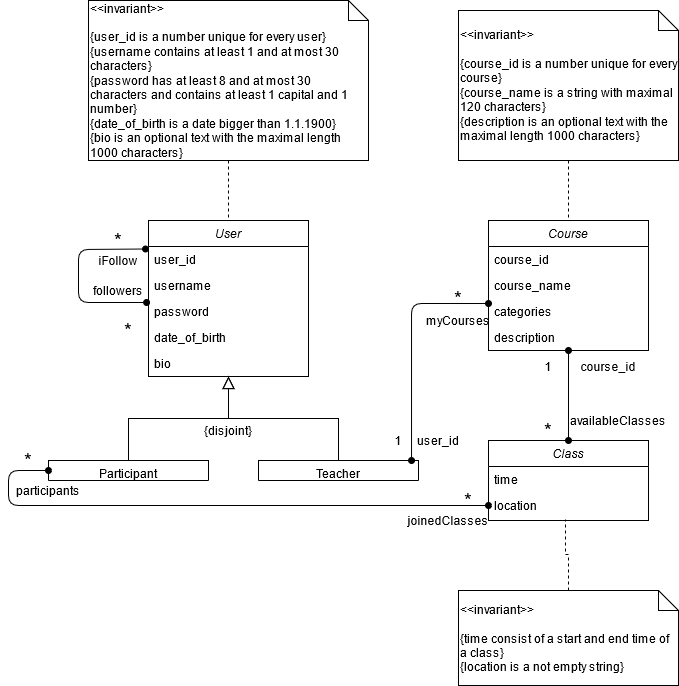
Before: domain_model_diagram.png, a diagram exported from draw.io (tiadal/freeopengym.com). Source tidied: cells renumbered, new cells last; positions are measured from the earlier drawing's top-left corner, leaving out a move shared by most shapes.
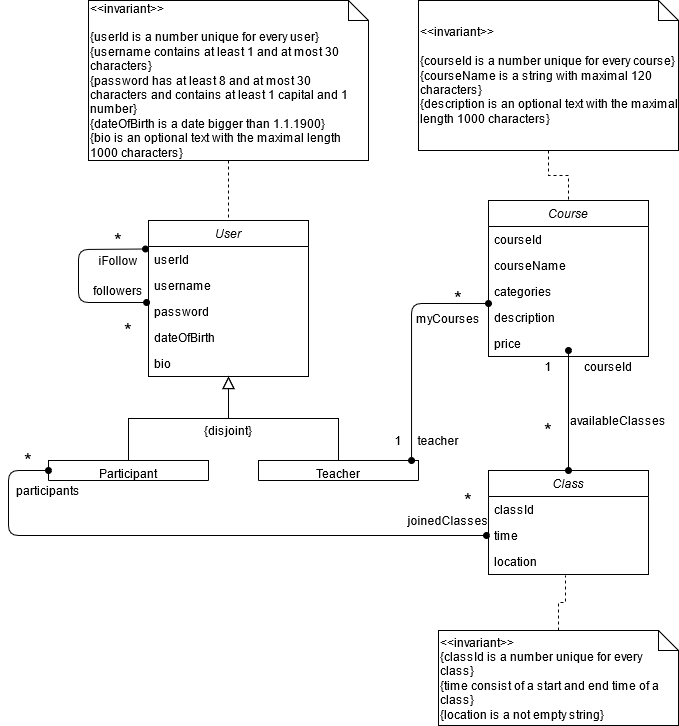
The same diagram one commit later.

Commit message:
Updated png without a transparent background

The edit, as a diff of the source:
```diff
@@ -5,7 +5,7 @@
     <mxCell id="2" value="User" style="swimlane;fontStyle=2;align=center;verticalAlign=top;horizontal=1;startSize=26;rounded=0;shadow=0;strokeWidth=1;" parent="1" vertex="1">
       <mxGeometry x="140" y="220" width="160" height="156" as="geometry" />
     </mxCell>
-    <mxCell id="3" value="user_id" style="text;align=left;verticalAlign=top;spacingLeft=4;spacingRight=4;overflow=hidden;" parent="2" vertex="1">
+    <mxCell id="3" value="userId" style="text;align=left;verticalAlign=top;spacingLeft=4;spacingRight=4;overflow=hidden;" parent="2" vertex="1">
       <mxGeometry y="26" width="160" height="26" as="geometry" />
     </mxCell>
     <mxCell id="4" value="username" style="text;align=left;verticalAlign=top;spacingLeft=4;spacingRight=4;overflow=hidden;rounded=0;shadow=0;html=0;" parent="2" vertex="1">
@@ -14,7 +14,7 @@
     <mxCell id="5" value="password" style="text;align=left;verticalAlign=top;spacingLeft=4;spacingRight=4;overflow=hidden;points=[[0,0.5],[1,0.5]];portConstraint=eastwest;rounded=0;shadow=0;html=0;" parent="2" vertex="1">
       <mxGeometry y="78" width="160" height="26" as="geometry" />
     </mxCell>
-    <mxCell id="6" value="date_of_birth" style="text;align=left;verticalAlign=top;spacingLeft=4;spacingRight=4;overflow=hidden;rounded=0;shadow=0;html=0;" parent="2" vertex="1">
+    <mxCell id="6" value="dateOfBirth" style="text;align=left;verticalAlign=top;spacingLeft=4;spacingRight=4;overflow=hidden;rounded=0;shadow=0;html=0;" parent="2" vertex="1">
       <mxGeometry y="104" width="160" height="26" as="geometry" />
     </mxCell>
     <mxCell id="7" value="bio" style="text;align=left;verticalAlign=top;spacingLeft=4;spacingRight=4;overflow=hidden;rounded=0;shadow=0;html=0;" parent="2" vertex="1">
@@ -42,12 +42,12 @@
       <mxGeometry relative="1" as="geometry" />
     </mxCell>
     <mxCell id="13" value="Course" style="swimlane;fontStyle=2;align=center;verticalAlign=top;horizontal=1;startSize=26;rounded=0;shadow=0;strokeWidth=1;" parent="1" vertex="1">
-      <mxGeometry x="480" y="220" width="160" height="130" as="geometry" />
+      <mxGeometry x="480" y="200" width="160" height="156" as="geometry" />
     </mxCell>
-    <mxCell id="14" value="course_id" style="text;align=left;verticalAlign=top;spacingLeft=4;spacingRight=4;overflow=hidden;rounded=0;shadow=0;html=0;" parent="13" vertex="1">
+    <mxCell id="14" value="courseId" style="text;align=left;verticalAlign=top;spacingLeft=4;spacingRight=4;overflow=hidden;rounded=0;shadow=0;html=0;" parent="13" vertex="1">
       <mxGeometry y="26" width="160" height="26" as="geometry" />
     </mxCell>
-    <mxCell id="15" value="course_name" style="text;align=left;verticalAlign=top;spacingLeft=4;spacingRight=4;overflow=hidden;rounded=0;shadow=0;html=0;" parent="13" vertex="1">
+    <mxCell id="15" value="courseName" style="text;align=left;verticalAlign=top;spacingLeft=4;spacingRight=4;overflow=hidden;rounded=0;shadow=0;html=0;" parent="13" vertex="1">
       <mxGeometry y="52" width="160" height="26" as="geometry" />
     </mxCell>
     <mxCell id="16" value="categories" style="text;align=left;verticalAlign=top;spacingLeft=4;spacingRight=4;overflow=hidden;rounded=0;shadow=0;html=0;" parent="13" vertex="1">
@@ -56,14 +56,20 @@
     <mxCell id="17" value="description" style="text;align=left;verticalAlign=top;spacingLeft=4;spacingRight=4;overflow=hidden;rounded=0;shadow=0;html=0;" parent="13" vertex="1">
       <mxGeometry y="104" width="160" height="26" as="geometry" />
     </mxCell>
+    <mxCell id="47" value="price" style="text;align=left;verticalAlign=top;spacingLeft=4;spacingRight=4;overflow=hidden;rounded=0;shadow=0;html=0;" parent="13" vertex="1">
+      <mxGeometry y="130" width="160" height="26" as="geometry" />
+    </mxCell>
     <mxCell id="18" value="Class" style="swimlane;fontStyle=2;align=center;verticalAlign=top;horizontal=1;startSize=26;rounded=0;shadow=0;strokeWidth=1;" parent="1" vertex="1">
-      <mxGeometry x="480" y="440" width="160" height="80" as="geometry" />
+      <mxGeometry x="480" y="470" width="160" height="104" as="geometry" />
     </mxCell>
-    <mxCell id="19" value="time" style="text;align=left;verticalAlign=top;spacingLeft=4;spacingRight=4;overflow=hidden;" parent="18" vertex="1">
+    <mxCell id="19" value="classId" style="text;align=left;verticalAlign=top;spacingLeft=4;spacingRight=4;overflow=hidden;" parent="18" vertex="1">
       <mxGeometry y="26" width="160" height="26" as="geometry" />
     </mxCell>
+    <mxCell id="48" value="time" style="text;align=left;verticalAlign=top;spacingLeft=4;spacingRight=4;overflow=hidden;" parent="18" vertex="1">
+      <mxGeometry y="52" width="160" height="26" as="geometry" />
+    </mxCell>
     <mxCell id="20" value="location" style="text;align=left;verticalAlign=top;spacingLeft=4;spacingRight=4;overflow=hidden;points=[[0,0.5],[1,0.5]];portConstraint=eastwest;rounded=0;shadow=0;html=0;" parent="18" vertex="1">
-      <mxGeometry y="52" width="160" height="26" as="geometry" />
+      <mxGeometry y="78" width="160" height="26" as="geometry" />
     </mxCell>
     <mxCell id="21" value="{disjoint}" style="text;html=1;strokeColor=none;fillColor=none;align=center;verticalAlign=middle;whiteSpace=wrap;rounded=0;" parent="1" vertex="1">
       <mxGeometry x="180" y="420" width="80" height="20" as="geometry" />
@@ -94,14 +100,14 @@
     <mxCell id="29" value="iFollow" style="text;html=1;strokeColor=none;fillColor=none;align=center;verticalAlign=middle;whiteSpace=wrap;rounded=0;" parent="1" vertex="1">
       <mxGeometry x="90" y="250" width="40" height="20" as="geometry" />
     </mxCell>
-    <mxCell id="30" value="course_id" style="text;html=1;strokeColor=none;fillColor=none;align=center;verticalAlign=middle;whiteSpace=wrap;rounded=0;" parent="1" vertex="1">
+    <mxCell id="30" value="courseId" style="text;html=1;strokeColor=none;fillColor=none;align=center;verticalAlign=middle;whiteSpace=wrap;rounded=0;" parent="1" vertex="1">
       <mxGeometry x="580" y="356" width="40" height="20" as="geometry" />
     </mxCell>
-    <mxCell id="31" value="user_id" style="text;html=1;strokeColor=none;fillColor=none;align=center;verticalAlign=middle;whiteSpace=wrap;rounded=0;" parent="1" vertex="1">
+    <mxCell id="31" value="teacher" style="text;html=1;strokeColor=none;fillColor=none;align=center;verticalAlign=middle;whiteSpace=wrap;rounded=0;" parent="1" vertex="1">
       <mxGeometry x="410" y="430" width="40" height="20" as="geometry" />
     </mxCell>
     <mxCell id="32" value="myCourses" style="text;html=1;strokeColor=none;fillColor=none;align=center;verticalAlign=middle;whiteSpace=wrap;rounded=0;" parent="1" vertex="1">
-      <mxGeometry x="430" y="310" width="40" height="20" as="geometry" />
+      <mxGeometry x="420" y="308" width="40" height="20" as="geometry" />
     </mxCell>
     <mxCell id="33" value="&lt;font style=&quot;font-size: 20px&quot;&gt;*&lt;/font&gt;" style="text;html=1;strokeColor=none;fillColor=none;align=center;verticalAlign=middle;whiteSpace=wrap;rounded=0;" parent="1" vertex="1">
       <mxGeometry x="430" y="288" width="40" height="20" as="geometry" />
@@ -109,11 +115,13 @@
     <mxCell id="34" value="1" style="text;html=1;strokeColor=none;fillColor=none;align=center;verticalAlign=middle;whiteSpace=wrap;rounded=0;" parent="1" vertex="1">
       <mxGeometry x="370" y="430" width="40" height="20" as="geometry" />
     </mxCell>
-    <mxCell id="35" style="endArrow=oval;startArrow=oval;endFill=1;startFill=1;endSize=6;startSize=6;html=1;targetPerimeterSpacing=0;strokeWidth=1;entryX=0;entryY=0.5;entryDx=0;entryDy=0;exitX=0;exitY=0.5;exitDx=0;exitDy=0;" parent="1" edge="1" source="8" target="20">
+    <mxCell id="35" style="endArrow=oval;startArrow=oval;endFill=1;startFill=1;endSize=6;startSize=6;html=1;targetPerimeterSpacing=0;strokeWidth=1;exitX=0;exitY=0.5;exitDx=0;exitDy=0;" parent="1" edge="1" source="8">
       <mxGeometry relative="1" as="geometry">
+        <mxPoint x="478" y="535" as="targetPoint" />
         <Array as="points">
           <mxPoint y="470" />
-          <mxPoint y="505" />
+          <mxPoint y="535" />
+          <mxPoint x="100" y="535" />
         </Array>
       </mxGeometry>
     </mxCell>
@@ -140,20 +148,20 @@
     <mxCell id="41" style="edgeStyle=orthogonalEdgeStyle;rounded=0;jettySize=auto;html=1;entryX=0.5;entryY=0;entryDx=0;entryDy=0;dashed=1;endArrow=none;endFill=0;" parent="1" edge="1" source="42" target="2">
       <mxGeometry relative="1" as="geometry" />
     </mxCell>
-    <mxCell id="42" value="&lt;div align=&quot;left&quot;&gt;&amp;lt;&amp;lt;invariant&amp;gt;&amp;gt;&lt;/div&gt;&lt;div align=&quot;left&quot;&gt;&lt;br&gt;&lt;/div&gt;&lt;div align=&quot;left&quot;&gt;{user_id is a number unique for every user}&lt;/div&gt;&lt;div align=&quot;left&quot;&gt;{username contains at least 1 and at most 30 characters}&lt;/div&gt;&lt;div align=&quot;left&quot;&gt;{password has at least 8 and at most 30 characters and contains at least 1 capital and 1 number}&lt;/div&gt;&lt;div align=&quot;left&quot;&gt;{date_of_birth is a date bigger than 1.1.1900}&lt;/div&gt;&lt;div align=&quot;left&quot;&gt;{bio is an optional text with the maximal length 1000 characters}&lt;br&gt;&lt;/div&gt;" style="shape=note;size=20;whiteSpace=wrap;html=1;align=left;" parent="1" vertex="1">
+    <mxCell id="42" value="&lt;div align=&quot;left&quot;&gt;&amp;lt;&amp;lt;invariant&amp;gt;&amp;gt;&lt;/div&gt;&lt;div align=&quot;left&quot;&gt;&lt;br&gt;&lt;/div&gt;&lt;div align=&quot;left&quot;&gt;{userId is a number unique for every user}&lt;/div&gt;&lt;div align=&quot;left&quot;&gt;{username contains at least 1 and at most 30 characters}&lt;/div&gt;&lt;div align=&quot;left&quot;&gt;{password has at least 8 and at most 30 characters and contains at least 1 capital and 1 number}&lt;/div&gt;&lt;div align=&quot;left&quot;&gt;{dateOfBirth is a date bigger than 1.1.1900}&lt;/div&gt;&lt;div align=&quot;left&quot;&gt;{bio is an optional text with the maximal length 1000 characters}&lt;br&gt;&lt;/div&gt;" style="shape=note;size=20;whiteSpace=wrap;html=1;align=left;" parent="1" vertex="1">
       <mxGeometry x="80" width="280" height="160" as="geometry" />
     </mxCell>
     <mxCell id="43" style="edgeStyle=orthogonalEdgeStyle;rounded=0;jettySize=auto;html=1;entryX=0.481;entryY=1.038;entryDx=0;entryDy=0;entryPerimeter=0;endArrow=none;endFill=0;dashed=1;" parent="1" edge="1" source="44" target="20">
       <mxGeometry relative="1" as="geometry" />
     </mxCell>
-    <mxCell id="44" value="&lt;div align=&quot;left&quot;&gt;&amp;lt;&amp;lt;invariant&amp;gt;&amp;gt;&lt;/div&gt;&lt;div align=&quot;left&quot;&gt;&lt;br&gt;&lt;/div&gt;&lt;div align=&quot;left&quot;&gt;{time consist of a start and end time of a class}&lt;/div&gt;&lt;div align=&quot;left&quot;&gt;{location is a not empty string}&lt;br&gt;&lt;/div&gt;" style="shape=note;size=20;whiteSpace=wrap;html=1;align=left;" parent="1" vertex="1">
-      <mxGeometry x="450" y="590" width="220" height="95" as="geometry" />
+    <mxCell id="44" value="&lt;div align=&quot;left&quot;&gt;&amp;lt;&amp;lt;invariant&amp;gt;&amp;gt;&lt;/div&gt;&lt;div align=&quot;left&quot;&gt;{classId is a number unique for every class}&lt;br&gt;&lt;/div&gt;&lt;div align=&quot;left&quot;&gt;{time consist of a start and end time of a class}&lt;/div&gt;&lt;div align=&quot;left&quot;&gt;{location is a not empty string}&lt;br&gt;&lt;/div&gt;" style="shape=note;size=20;whiteSpace=wrap;html=1;align=left;" parent="1" vertex="1">
+      <mxGeometry x="430" y="630" width="240" height="95" as="geometry" />
     </mxCell>
     <mxCell id="45" style="edgeStyle=orthogonalEdgeStyle;rounded=0;jettySize=auto;html=1;entryX=0.5;entryY=0;entryDx=0;entryDy=0;dashed=1;endArrow=none;endFill=0;" parent="1" edge="1" source="46" target="13">
       <mxGeometry relative="1" as="geometry" />
     </mxCell>
-    <mxCell id="46" value="&lt;div align=&quot;left&quot;&gt;&amp;lt;&amp;lt;invariant&amp;gt;&amp;gt;&lt;/div&gt;&lt;div&gt;&lt;br&gt;&lt;/div&gt;&lt;div align=&quot;left&quot;&gt;{course_id is a number unique for every course}&lt;/div&gt;&lt;div align=&quot;left&quot;&gt;{course_name is a string with maximal 120 characters}&lt;/div&gt;&lt;div align=&quot;left&quot;&gt;{description is an optional text with the maximal length 1000 characters}&lt;br&gt;&lt;/div&gt;" style="shape=note;size=20;whiteSpace=wrap;html=1;align=left;" parent="1" vertex="1">
-      <mxGeometry x="450" y="10" width="220" height="150" as="geometry" />
+    <mxCell id="46" value="&lt;div align=&quot;left&quot;&gt;&amp;lt;&amp;lt;invariant&amp;gt;&amp;gt;&lt;/div&gt;&lt;div&gt;&lt;br&gt;&lt;/div&gt;&lt;div align=&quot;left&quot;&gt;{courseId is a number unique for every course}&lt;/div&gt;&lt;div align=&quot;left&quot;&gt;{courseName is a string with maximal 120 characters}&lt;/div&gt;&lt;div align=&quot;left&quot;&gt;{description is an optional text with the maximal length 1000 characters}&lt;/div&gt;" style="shape=note;size=20;whiteSpace=wrap;html=1;align=left;" parent="1" vertex="1">
+      <mxGeometry x="410" width="260" height="150" as="geometry" />
     </mxCell>
   </root>
 </mxGraphModel>
```
